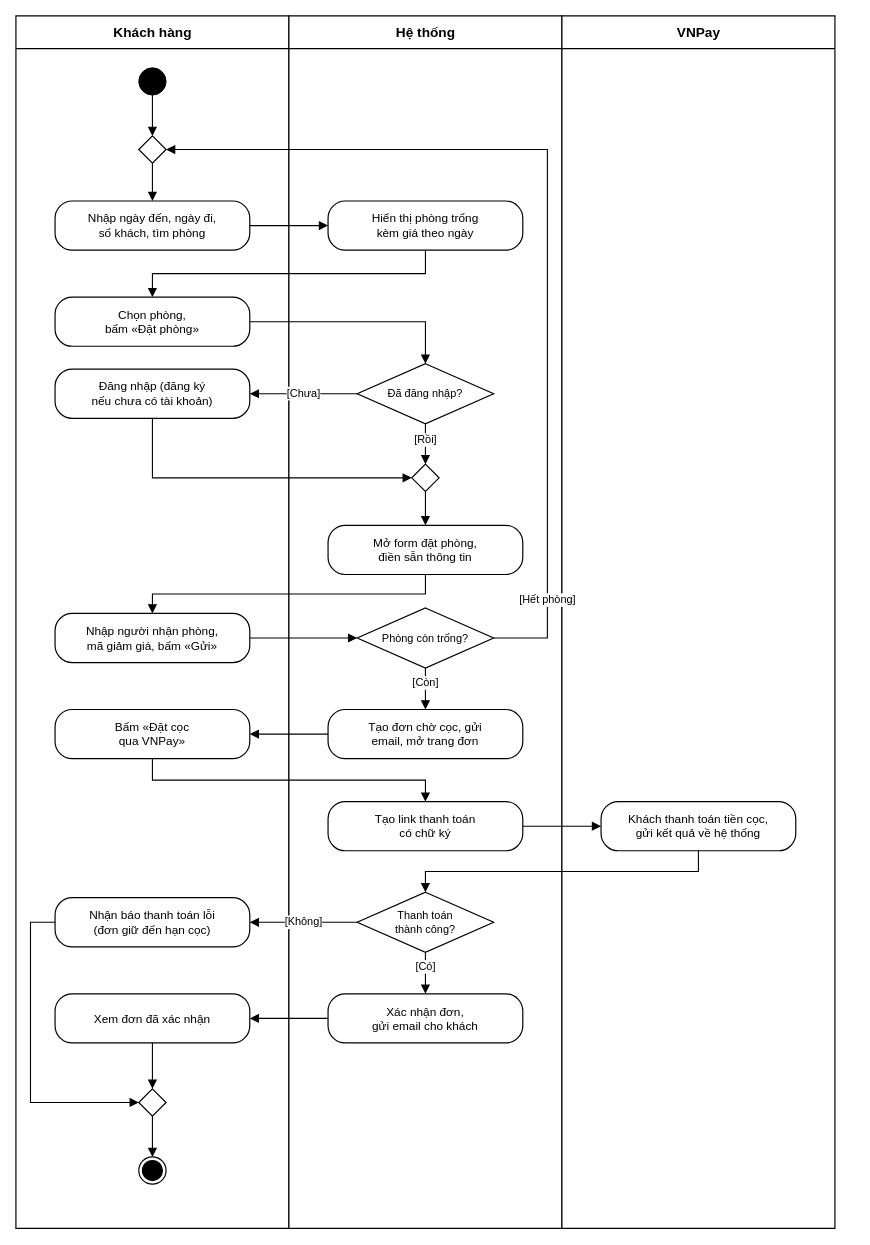
Earlier version of the draw.io diagram docs/thiet-ke/hd-dat-phong-dat-coc.drawio (ngynquchn2511/beach-hotel). Source tidied: cells renumbered, new cells numbered last; positions are measured from the earlier drawing's top-left corner, leaving out a move shared by most shapes. Both pictures are drawn from the tidied source at 91%, with x=0, y=0 at pixel (15, 15).
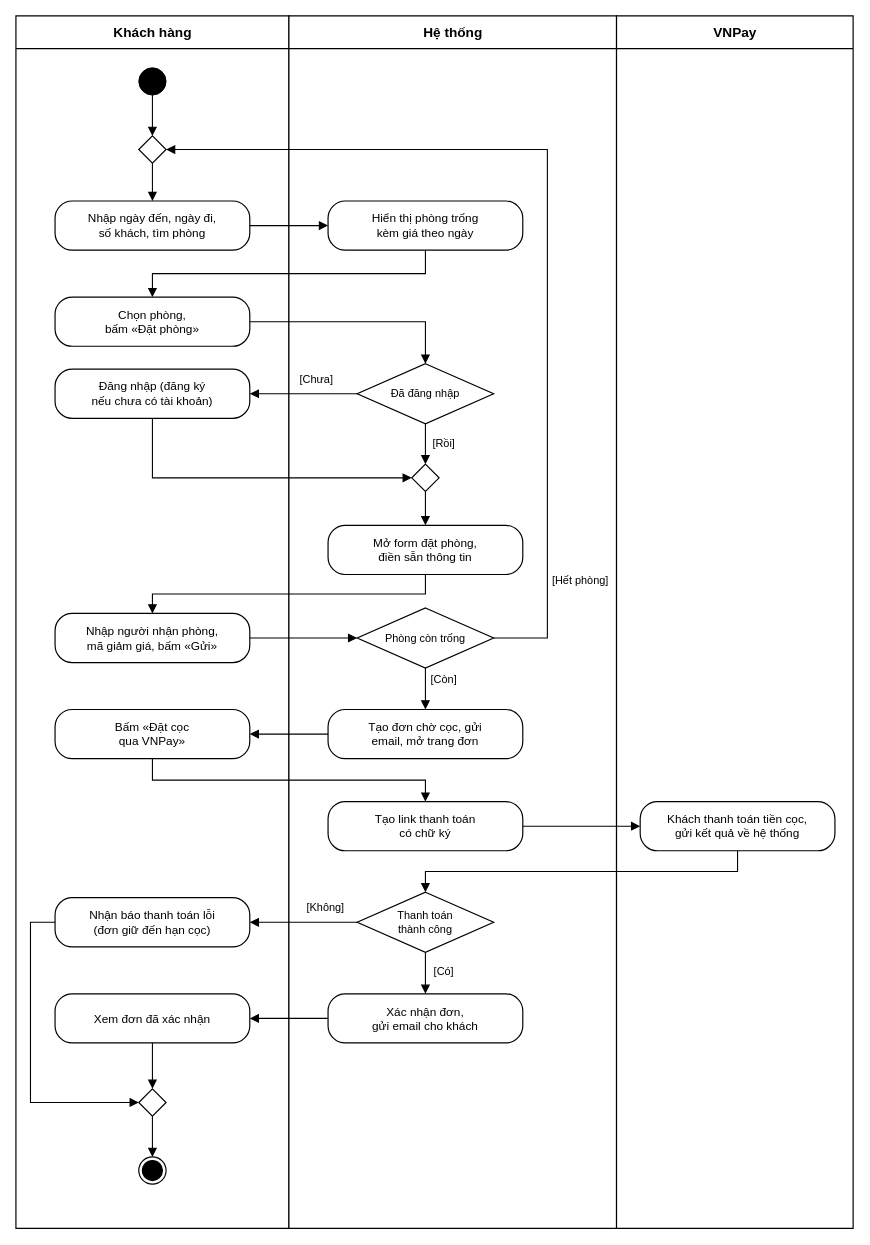
After the change.

Unchanged cells that the change refers to:
```xml
<mxCell id="6" style="fontFamily=Arial;fontColor=#000000;rhombus;whiteSpace=wrap;html=1;fillColor=#FFFFFF;strokeColor=#000000;strokeWidth=1.3;fontSize=12;" parent="1" vertex="1">
  <mxGeometry x="135" y="131.8" width="30" height="30" as="geometry" />
</mxCell>
<mxCell id="11" value="Đăng nhập (đăng ký&lt;br&gt;nếu chưa có tài khoản)" style="fontFamily=Arial;fontColor=#000000;rounded=1;whiteSpace=wrap;html=1;arcSize=35;fillColor=#FFFFFF;strokeColor=#000000;strokeWidth=1.3;fontSize=13;spacing=6;" parent="1" vertex="1">
  <mxGeometry x="43" y="388.2" width="214" height="54" as="geometry" />
</mxCell>
<mxCell id="12" style="fontFamily=Arial;fontColor=#000000;rhombus;whiteSpace=wrap;html=1;fillColor=#FFFFFF;strokeColor=#000000;strokeWidth=1.3;fontSize=12;" parent="1" vertex="1">
  <mxGeometry x="435" y="492.6" width="30" height="30" as="geometry" />
</mxCell>
<mxCell id="16" value="Tạo đơn chờ cọc, gửi&lt;br&gt;email, mở trang đơn" style="fontFamily=Arial;fontColor=#000000;rounded=1;whiteSpace=wrap;html=1;arcSize=35;fillColor=#FFFFFF;strokeColor=#000000;strokeWidth=1.3;fontSize=13;spacing=6;" parent="1" vertex="1">
  <mxGeometry x="343" y="762.2" width="214" height="54" as="geometry" />
</mxCell>
<mxCell id="21" value="Nhận báo thanh toán lỗi&lt;br&gt;(đơn giữ đến hạn cọc)" style="fontFamily=Arial;fontColor=#000000;rounded=1;whiteSpace=wrap;html=1;arcSize=35;fillColor=#FFFFFF;strokeColor=#000000;strokeWidth=1.3;fontSize=13;spacing=6;" parent="1" vertex="1">
  <mxGeometry x="43" y="969" width="214" height="54" as="geometry" />
</mxCell>
<mxCell id="22" value="Xác nhận đơn,&lt;br&gt;gửi email cho khách" style="fontFamily=Arial;fontColor=#000000;rounded=1;whiteSpace=wrap;html=1;arcSize=35;fillColor=#FFFFFF;strokeColor=#000000;strokeWidth=1.3;fontSize=13;spacing=6;" parent="1" vertex="1">
  <mxGeometry x="343" y="1074.6" width="214" height="54" as="geometry" />
</mxCell>
```

The edit, as a diff of the source:
```diff
@@
     <mxCell id="3" value="Hệ thống" style="fontFamily=Arial;fontColor=#000000;swimlane;horizontal=1;startSize=36;html=1;fillColor=#FFFFFF;strokeColor=#000000;strokeWidth=1.3;fontSize=15;fontStyle=1;swimlaneFillColor=#FFFFFF;" parent="1" vertex="1">
-      <mxGeometry x="300" width="300" height="1332.4" as="geometry" />
+      <mxGeometry x="300" width="360" height="1332.4" as="geometry" />
     </mxCell>
     <mxCell id="4" value="VNPay" style="fontFamily=Arial;fontColor=#000000;swimlane;horizontal=1;startSize=36;html=1;fillColor=#FFFFFF;strokeColor=#000000;strokeWidth=1.3;fontSize=15;fontStyle=1;swimlaneFillColor=#FFFFFF;" parent="1" vertex="1">
-      <mxGeometry x="600" width="300" height="1332.4" as="geometry" />
+      <mxGeometry x="660" width="260" height="1332.4" as="geometry" />
     </mxCell>
+    <mxCell id="19" value="Khách thanh toán tiền cọc,&lt;br&gt;gửi kết quả về hệ thống" style="fontFamily=Arial;fontColor=#000000;rounded=1;whiteSpace=wrap;html=1;arcSize=35;fillColor=#FFFFFF;strokeColor=#000000;strokeWidth=1.3;fontSize=13;spacing=6;" parent="4" vertex="1">
+      <mxGeometry x="26" y="863.4" width="214" height="54" as="geometry" />
+    </mxCell>
@@
-    <mxCell id="10" value="Đã đăng nhập?" style="fontFamily=Arial;fontColor=#000000;rhombus;whiteSpace=wrap;html=1;fillColor=#FFFFFF;strokeColor=#000000;strokeWidth=1.3;fontSize=12;" parent="1" vertex="1">
+    <mxCell id="10" value="Đã đăng nhập" style="fontFamily=Arial;fontColor=#000000;rhombus;whiteSpace=wrap;html=1;fillColor=#FFFFFF;strokeColor=#000000;strokeWidth=1.3;fontSize=12;" parent="1" vertex="1">
       <mxGeometry x="375" y="382.2" width="150" height="66" as="geometry" />
     </mxCell>
@@
-    <mxCell id="15" value="Phòng còn trống?" style="fontFamily=Arial;fontColor=#000000;rhombus;whiteSpace=wrap;html=1;fillColor=#FFFFFF;strokeColor=#000000;strokeWidth=1.3;fontSize=12;" parent="1" vertex="1">
+    <mxCell id="15" value="Phòng còn trống" style="fontFamily=Arial;fontColor=#000000;rhombus;whiteSpace=wrap;html=1;fillColor=#FFFFFF;strokeColor=#000000;strokeWidth=1.3;fontSize=12;" parent="1" vertex="1">
       <mxGeometry x="375" y="650.6" width="150" height="66" as="geometry" />
     </mxCell>
@@
-    <mxCell id="19" value="Khách thanh toán tiền cọc,&lt;br&gt;gửi kết quả về hệ thống" style="fontFamily=Arial;fontColor=#000000;rounded=1;whiteSpace=wrap;html=1;arcSize=35;fillColor=#FFFFFF;strokeColor=#000000;strokeWidth=1.3;fontSize=13;spacing=6;" parent="1" vertex="1">
-      <mxGeometry x="643" y="863.4" width="214" height="54" as="geometry" />
-    </mxCell>
-    <mxCell id="20" value="Thanh toán&lt;br&gt;thành công?" style="fontFamily=Arial;fontColor=#000000;rhombus;whiteSpace=wrap;html=1;fillColor=#FFFFFF;strokeColor=#000000;strokeWidth=1.3;fontSize=12;" parent="1" vertex="1">
+    <mxCell id="20" value="Thanh toán&lt;br&gt;thành công" style="fontFamily=Arial;fontColor=#000000;rhombus;whiteSpace=wrap;html=1;fillColor=#FFFFFF;strokeColor=#000000;strokeWidth=1.3;fontSize=12;" parent="1" vertex="1">
       <mxGeometry x="375" y="963" width="150" height="66" as="geometry" />
     </mxCell>
@@
     <mxCell id="31" value="[Chưa]" style="fontFamily=Arial;fontColor=#000000;edgeStyle=orthogonalEdgeStyle;rounded=0;html=1;endArrow=block;endFill=1;endSize=7;strokeColor=#000000;strokeWidth=1.2;fontSize=12;labelBackgroundColor=#FFFFFF;exitX=0;exitY=0.5;exitDx=0;exitDy=0;entryX=1;entryY=0.5;entryDx=0;entryDy=0;" parent="1" edge="1" source="10" target="11">
-      <mxGeometry relative="1" as="geometry" />
+      <mxGeometry x="-0.24" y="-15" relative="1" as="geometry" />
     </mxCell>
     <mxCell id="32" value="[Rồi]" style="fontFamily=Arial;fontColor=#000000;edgeStyle=orthogonalEdgeStyle;rounded=0;html=1;endArrow=block;endFill=1;endSize=7;strokeColor=#000000;strokeWidth=1.2;fontSize=12;labelBackgroundColor=#FFFFFF;exitX=0.5;exitY=1;exitDx=0;exitDy=0;entryX=0.5;entryY=0;entryDx=0;entryDy=0;" parent="1" edge="1" source="10" target="12">
-      <mxGeometry x="-0.2" relative="1" as="geometry" />
+      <mxGeometry x="-0.02" y="20" relative="1" as="geometry" />
     </mxCell>
@@
     <mxCell id="37" value="[Còn]" style="fontFamily=Arial;fontColor=#000000;edgeStyle=orthogonalEdgeStyle;rounded=0;html=1;endArrow=block;endFill=1;endSize=7;strokeColor=#000000;strokeWidth=1.2;fontSize=12;labelBackgroundColor=#FFFFFF;exitX=0.5;exitY=1;exitDx=0;exitDy=0;entryX=0.5;entryY=0;entryDx=0;entryDy=0;" parent="1" edge="1" source="15" target="16">
-      <mxGeometry x="-0.3" relative="1" as="geometry" />
+      <mxGeometry x="-0.41" y="20" relative="1" as="geometry" />
     </mxCell>
     <mxCell id="38" value="[Hết phòng]" style="fontFamily=Arial;fontColor=#000000;edgeStyle=orthogonalEdgeStyle;rounded=0;html=1;endArrow=block;endFill=1;endSize=7;strokeColor=#000000;strokeWidth=1.2;fontSize=12;labelBackgroundColor=#FFFFFF;exitX=1;exitY=0.5;exitDx=0;exitDy=0;entryX=1;entryY=0.5;entryDx=0;entryDy=0;" parent="1" edge="1" source="15" target="6">
-      <mxGeometry x="-0.8" relative="1" as="geometry">
+      <mxGeometry x="-0.76" y="-36" relative="1" as="geometry">
         <Array as="points">
           <mxPoint x="584" y="683.6" />
           <mxPoint x="584" y="146.8" />
         </Array>
       </mxGeometry>
     </mxCell>
@@
     <mxCell id="42" style="fontFamily=Arial;fontColor=#000000;edgeStyle=orthogonalEdgeStyle;rounded=0;html=1;endArrow=block;endFill=1;endSize=7;strokeColor=#000000;strokeWidth=1.2;fontSize=12;labelBackgroundColor=#FFFFFF;exitX=0.5;exitY=1;exitDx=0;exitDy=0;entryX=0.5;entryY=0;entryDx=0;entryDy=0;" parent="1" edge="1" source="19" target="20">
-      <mxGeometry relative="1" as="geometry">
-        <Array as="points">
-          <mxPoint x="750" y="940.2" />
-          <mxPoint x="450" y="940.2" />
-        </Array>
-      </mxGeometry>
+      <mxGeometry relative="1" as="geometry" />
     </mxCell>
     <mxCell id="43" value="[Không]" style="fontFamily=Arial;fontColor=#000000;edgeStyle=orthogonalEdgeStyle;rounded=0;html=1;endArrow=block;endFill=1;endSize=7;strokeColor=#000000;strokeWidth=1.2;fontSize=12;labelBackgroundColor=#FFFFFF;exitX=0;exitY=0.5;exitDx=0;exitDy=0;entryX=1;entryY=0.5;entryDx=0;entryDy=0;" parent="1" edge="1" source="20" target="21">
-      <mxGeometry relative="1" as="geometry" />
+      <mxGeometry x="-0.41" y="-16" relative="1" as="geometry" />
     </mxCell>
     <mxCell id="44" value="[Có]" style="fontFamily=Arial;fontColor=#000000;edgeStyle=orthogonalEdgeStyle;rounded=0;html=1;endArrow=block;endFill=1;endSize=7;strokeColor=#000000;strokeWidth=1.2;fontSize=12;labelBackgroundColor=#FFFFFF;exitX=0.5;exitY=1;exitDx=0;exitDy=0;entryX=0.5;entryY=0;entryDx=0;entryDy=0;" parent="1" edge="1" source="20" target="22">
-      <mxGeometry x="-0.3" relative="1" as="geometry" />
+      <mxGeometry x="-0.08" y="20" relative="1" as="geometry" />
     </mxCell>
```
